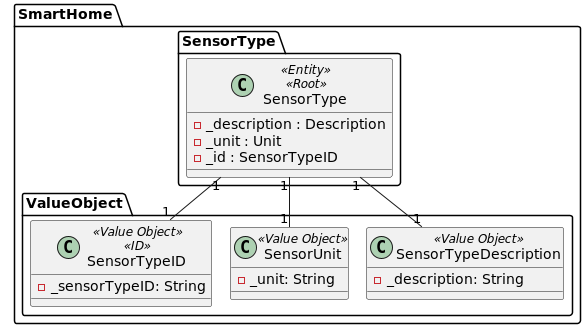
Before: docs/general/agreggateModels/sensorTypeAggregate.png, a diagram exported from PlantUML (olivDiogo/SmartHome).
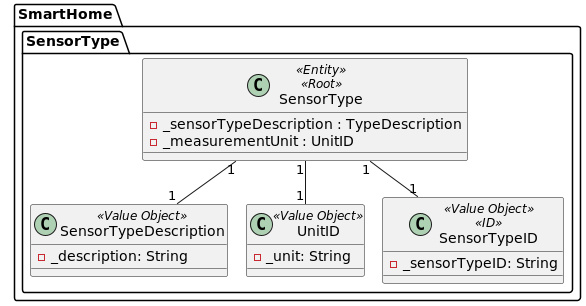
After the commit.

What changed in the source:
```diff
@@ -4,28 +4,25 @@
 package SmartHome.SensorType {
 
   class SensorType<<Entity>><<Root>> {
-    - _description : Description
-    - _unit : Unit
-    - _id : SensorTypeID
+    - _sensorTypeDescription : TypeDescription
+    - _measurementUnit : UnitID
   }
 
-
-
 }
-package SmartHome.ValueObject {
+package SmartHome.SensorType {
   class SensorTypeDescription<<Value Object>> {
     - _description: String
   }
-  class SensorUnit<<Value Object>> {
+  class UnitID<<Value Object>> {
       - _unit: String
     }
-  class SensorTypeID<<Value Object>><<ID>> {
-        - _sensorTypeID: String
-      }
+   class SensorTypeID<<Value Object>><<ID>> {
+      - _sensorTypeID: String
+    }
+
 }
-SmartHome.SensorType.SensorType "1" -- "1" SensorUnit
+SmartHome.SensorType.SensorType "1" -- "1" UnitID
 SmartHome.SensorType.SensorType "1" -- "1" SensorTypeDescription
 SmartHome.SensorType.SensorType "1" -- "1" SensorTypeID
 
-
 @enduml
```
